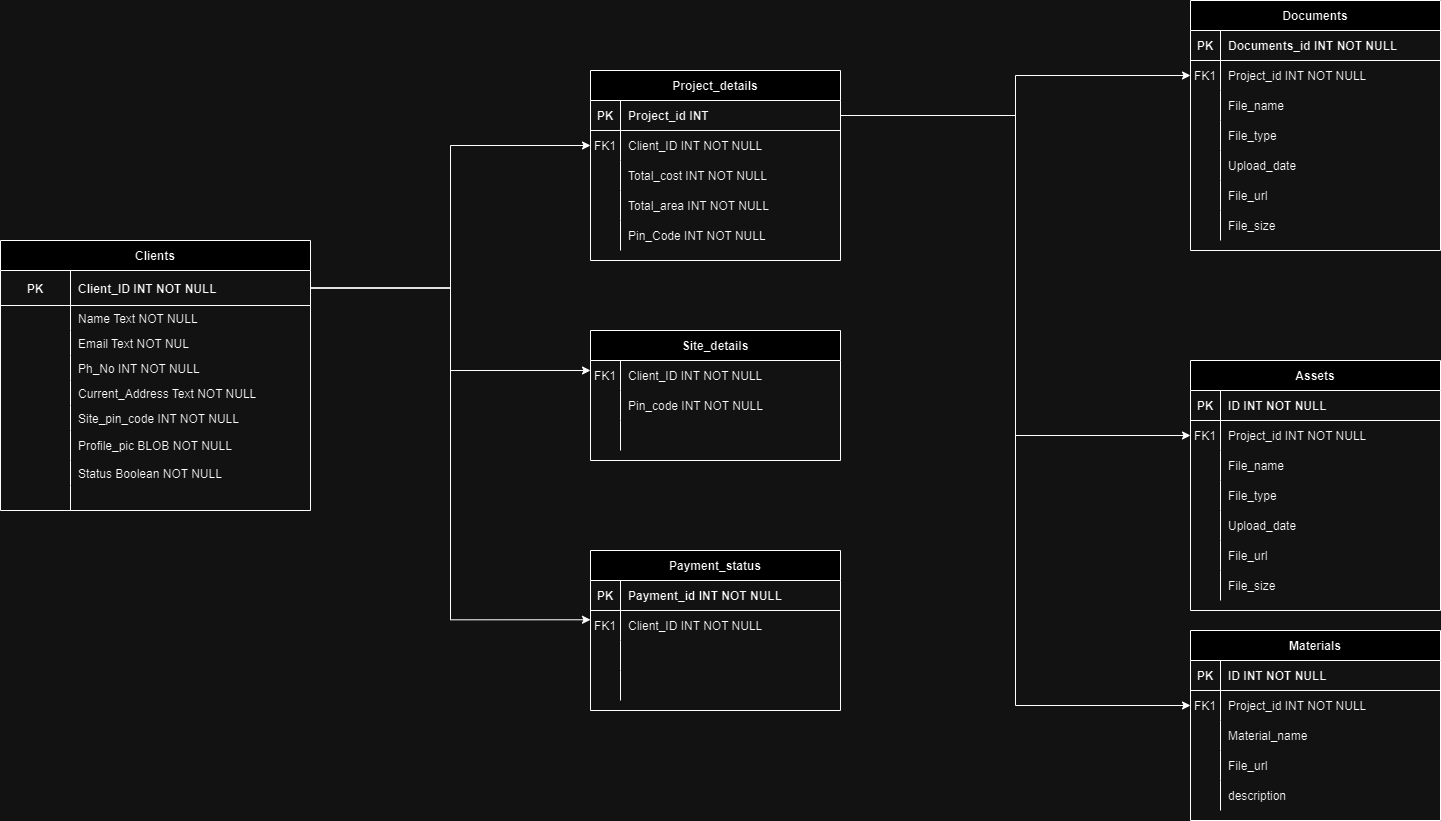
Before: Clients_Table.drawio.png, a diagram exported from draw.io (tejudharanesh/database_design). Source tidied: cells renumbered, new cells last; positions are measured from the earlier drawing's top-left corner, leaving out a move shared by most shapes.
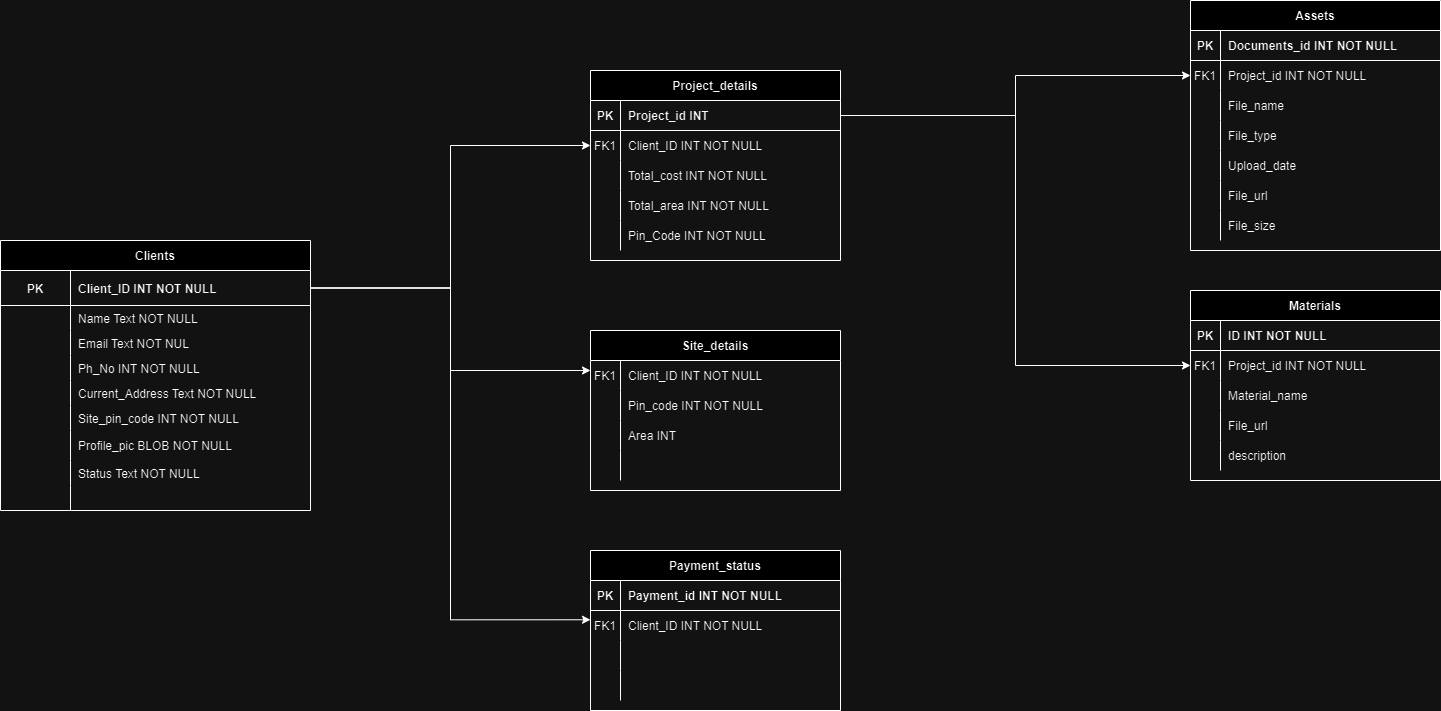
After the commit.

Diff of the diagram source:
```diff
@@ -51,7 +51,7 @@
       <mxGeometry x="30" width="220" height="30" as="geometry" />
     </mxCell>
     <mxCell id="18" value="Site_details" style="shape=table;startSize=30;rowLines=0;fontStyle=1;align=center;" parent="1" vertex="1">
-      <mxGeometry x="590" y="330" width="250" height="130" as="geometry" />
+      <mxGeometry x="590" y="330" width="250" height="160" as="geometry" />
     </mxCell>
     <mxCell id="19" style="shape=partialRectangle;fillColor=none;points=[[0,0.5],[1,0.5]];portConstraint=eastwest;top=0;left=0;right=0;bottom=0;" parent="18" vertex="1">
       <mxGeometry y="30" width="250" height="30" as="geometry" />
@@ -77,9 +77,18 @@
     <mxCell id="26" style="shape=partialRectangle;overflow=hidden;fillColor=none;top=0;left=0;bottom=0;right=0;" parent="25" vertex="1">
       <mxGeometry width="30" height="30" as="geometry" />
     </mxCell>
-    <mxCell id="27" style="shape=partialRectangle;overflow=hidden;fillColor=none;top=0;left=0;bottom=0;right=0;align=left;spacingLeft=6;" parent="25" vertex="1">
+    <mxCell id="27" value="Area INT" style="shape=partialRectangle;overflow=hidden;fillColor=none;top=0;left=0;bottom=0;right=0;align=left;spacingLeft=6;" parent="25" vertex="1">
       <mxGeometry x="30" width="220" height="30" as="geometry" />
     </mxCell>
+    <mxCell id="120" style="shape=partialRectangle;fillColor=none;top=0;left=0;right=0;bottom=0;" parent="18" vertex="1">
+      <mxGeometry y="120" width="250" height="30" as="geometry" />
+    </mxCell>
+    <mxCell id="135" style="shape=partialRectangle;overflow=hidden;fillColor=none;top=0;left=0;bottom=0;right=0;" parent="120" vertex="1">
+      <mxGeometry width="30" height="30" as="geometry" />
+    </mxCell>
+    <mxCell id="136" style="shape=partialRectangle;overflow=hidden;fillColor=none;top=0;left=0;bottom=0;right=0;align=left;spacingLeft=6;" parent="120" vertex="1">
+      <mxGeometry x="30" width="220" height="30" as="geometry" />
+    </mxCell>
     <mxCell id="28" value="Clients" style="shape=table;startSize=30;rowLines=0;fontStyle=1;align=center;columnLines=1;" parent="1" vertex="1">
       <mxGeometry y="240" width="310" height="270" as="geometry" />
     </mxCell>
@@ -152,7 +161,7 @@
     <mxCell id="51" style="shape=partialRectangle;overflow=hidden;fillColor=none;top=0;left=0;bottom=0;right=0;" parent="50" vertex="1">
       <mxGeometry width="70" height="25" as="geometry" />
     </mxCell>
-    <mxCell id="52" value="Status Boolean NOT NULL" style="shape=partialRectangle;overflow=hidden;fillColor=none;top=0;left=0;bottom=0;right=0;align=left;spacingLeft=6;" parent="50" vertex="1">
+    <mxCell id="52" value="Status Text NOT NULL" style="shape=partialRectangle;overflow=hidden;fillColor=none;top=0;left=0;bottom=0;right=0;align=left;spacingLeft=6;" parent="50" vertex="1">
       <mxGeometry x="70" width="240" height="25" as="geometry" />
     </mxCell>
     <mxCell id="53" style="shape=partialRectangle;fillColor=none;top=0;left=0;right=0;bottom=0;" parent="28" vertex="1">
@@ -164,7 +173,7 @@
     <mxCell id="55" style="shape=partialRectangle;overflow=hidden;fillColor=none;top=0;left=0;bottom=0;right=0;align=left;spacingLeft=6;" parent="53" vertex="1">
       <mxGeometry x="70" width="240" height="25" as="geometry" />
     </mxCell>
-    <mxCell id="56" value="Documents" style="shape=table;startSize=30;rowLines=0;fontStyle=1;align=center;" parent="1" vertex="1">
+    <mxCell id="56" value="Assets" style="shape=table;startSize=30;rowLines=0;fontStyle=1;align=center;" parent="1" vertex="1">
       <mxGeometry x="1190" width="250" height="250" as="geometry" />
     </mxCell>
     <mxCell id="57" style="shape=partialRectangle;fillColor=none;top=0;left=0;right=0;bottom=1;" parent="56" vertex="1">
@@ -231,7 +240,7 @@
       <mxGeometry x="30" width="220" height="30" as="geometry" />
     </mxCell>
     <mxCell id="78" value="Materials" style="shape=table;startSize=30;rowLines=0;fontStyle=1;align=center;" parent="1" vertex="1">
-      <mxGeometry x="1190" y="630" width="250" height="190" as="geometry" />
+      <mxGeometry x="1190" y="290" width="250" height="190" as="geometry" />
     </mxCell>
     <mxCell id="79" style="shape=partialRectangle;fillColor=none;top=0;left=0;right=0;bottom=1;" parent="78" vertex="1">
       <mxGeometry y="30" width="250" height="30" as="geometry" />
@@ -326,78 +335,9 @@
     <mxCell id="109" style="edgeStyle=orthogonalEdgeStyle;rounded=0;jettySize=auto;html=1;exitX=1;exitY=0.5;exitDx=0;exitDy=0;entryX=0;entryY=0.309;entryDx=0;entryDy=0;entryPerimeter=0;" parent="1" edge="1" source="29" target="98">
       <mxGeometry relative="1" as="geometry" />
     </mxCell>
-    <mxCell id="110" value="Assets" style="shape=table;startSize=30;rowLines=0;fontStyle=1;align=center;" parent="1" vertex="1">
-      <mxGeometry x="1190" y="360" width="250" height="250" as="geometry" />
-    </mxCell>
-    <mxCell id="111" style="shape=partialRectangle;fillColor=none;top=0;left=0;right=0;bottom=1;" parent="110" vertex="1">
-      <mxGeometry y="30" width="250" height="30" as="geometry" />
-    </mxCell>
-    <mxCell id="112" value="PK" style="shape=partialRectangle;overflow=hidden;fillColor=none;top=0;left=0;bottom=0;right=0;fontStyle=1;" parent="111" vertex="1">
-      <mxGeometry width="30" height="30" as="geometry" />
-    </mxCell>
-    <mxCell id="113" value="ID INT NOT NULL" style="shape=partialRectangle;overflow=hidden;fillColor=none;top=0;left=0;bottom=0;right=0;align=left;spacingLeft=6;fontStyle=1;" parent="111" vertex="1">
-      <mxGeometry x="30" width="220" height="30" as="geometry" />
-    </mxCell>
-    <mxCell id="114" style="shape=partialRectangle;fillColor=none;points=[[0,0.5],[1,0.5]];portConstraint=eastwest;top=0;left=0;right=0;bottom=0;" parent="110" vertex="1">
-      <mxGeometry y="60" width="250" height="30" as="geometry" />
-    </mxCell>
-    <mxCell id="115" value="FK1" style="shape=partialRectangle;overflow=hidden;fillColor=none;top=0;left=0;bottom=0;right=0;" parent="114" vertex="1">
-      <mxGeometry width="30" height="30" as="geometry" />
-    </mxCell>
-    <mxCell id="116" value="Project_id INT NOT NULL" style="shape=partialRectangle;overflow=hidden;fillColor=none;top=0;left=0;bottom=0;right=0;align=left;spacingLeft=6;" parent="114" vertex="1">
-      <mxGeometry x="30" width="220" height="30" as="geometry" />
-    </mxCell>
-    <mxCell id="117" style="shape=partialRectangle;fillColor=none;top=0;left=0;right=0;bottom=0;" parent="110" vertex="1">
-      <mxGeometry y="90" width="250" height="30" as="geometry" />
-    </mxCell>
-    <mxCell id="118" style="shape=partialRectangle;overflow=hidden;fillColor=none;top=0;left=0;bottom=0;right=0;" parent="117" vertex="1">
-      <mxGeometry width="30" height="30" as="geometry" />
-    </mxCell>
-    <mxCell id="119" value="File_name" style="shape=partialRectangle;overflow=hidden;fillColor=none;top=0;left=0;bottom=0;right=0;align=left;spacingLeft=6;" parent="117" vertex="1">
-      <mxGeometry x="30" width="220" height="30" as="geometry" />
-    </mxCell>
-    <mxCell id="120" style="shape=partialRectangle;fillColor=none;top=0;left=0;right=0;bottom=0;" parent="110" vertex="1">
-      <mxGeometry y="120" width="250" height="30" as="geometry" />
-    </mxCell>
-    <mxCell id="121" style="shape=partialRectangle;overflow=hidden;fillColor=none;top=0;left=0;bottom=0;right=0;" parent="120" vertex="1">
-      <mxGeometry width="30" height="30" as="geometry" />
-    </mxCell>
-    <mxCell id="122" value="File_type" style="shape=partialRectangle;overflow=hidden;fillColor=none;top=0;left=0;bottom=0;right=0;align=left;spacingLeft=6;" parent="120" vertex="1">
-      <mxGeometry x="30" width="220" height="30" as="geometry" />
-    </mxCell>
-    <mxCell id="123" style="shape=partialRectangle;fillColor=none;top=0;left=0;right=0;bottom=0;" parent="110" vertex="1">
-      <mxGeometry y="150" width="250" height="30" as="geometry" />
-    </mxCell>
-    <mxCell id="124" style="shape=partialRectangle;overflow=hidden;fillColor=none;top=0;left=0;bottom=0;right=0;" parent="123" vertex="1">
-      <mxGeometry width="30" height="30" as="geometry" />
-    </mxCell>
-    <mxCell id="125" value="Upload_date" style="shape=partialRectangle;overflow=hidden;fillColor=none;top=0;left=0;bottom=0;right=0;align=left;spacingLeft=6;" parent="123" vertex="1">
-      <mxGeometry x="30" width="220" height="30" as="geometry" />
-    </mxCell>
-    <mxCell id="126" style="shape=partialRectangle;fillColor=none;top=0;left=0;right=0;bottom=0;" parent="110" vertex="1">
-      <mxGeometry y="180" width="250" height="30" as="geometry" />
-    </mxCell>
-    <mxCell id="127" style="shape=partialRectangle;overflow=hidden;fillColor=none;top=0;left=0;bottom=0;right=0;" parent="126" vertex="1">
-      <mxGeometry width="30" height="30" as="geometry" />
-    </mxCell>
-    <mxCell id="128" value="File_url" style="shape=partialRectangle;overflow=hidden;fillColor=none;top=0;left=0;bottom=0;right=0;align=left;spacingLeft=6;" parent="126" vertex="1">
-      <mxGeometry x="30" width="220" height="30" as="geometry" />
-    </mxCell>
-    <mxCell id="129" style="shape=partialRectangle;fillColor=none;top=0;left=0;right=0;bottom=0;" parent="110" vertex="1">
-      <mxGeometry y="210" width="250" height="30" as="geometry" />
-    </mxCell>
-    <mxCell id="130" style="shape=partialRectangle;overflow=hidden;fillColor=none;top=0;left=0;bottom=0;right=0;" parent="129" vertex="1">
-      <mxGeometry width="30" height="30" as="geometry" />
-    </mxCell>
-    <mxCell id="131" value="File_size" style="shape=partialRectangle;overflow=hidden;fillColor=none;top=0;left=0;bottom=0;right=0;align=left;spacingLeft=6;" parent="129" vertex="1">
-      <mxGeometry x="30" width="220" height="30" as="geometry" />
-    </mxCell>
     <mxCell id="132" style="edgeStyle=orthogonalEdgeStyle;rounded=0;jettySize=auto;html=1;exitX=1;exitY=0.5;exitDx=0;exitDy=0;entryX=0;entryY=0.5;entryDx=0;entryDy=0;" parent="1" edge="1" source="3" target="60">
       <mxGeometry relative="1" as="geometry" />
     </mxCell>
-    <mxCell id="133" style="edgeStyle=orthogonalEdgeStyle;rounded=0;jettySize=auto;html=1;exitX=1;exitY=0.5;exitDx=0;exitDy=0;entryX=0;entryY=0.5;entryDx=0;entryDy=0;" parent="1" edge="1" source="3" target="114">
-      <mxGeometry relative="1" as="geometry" />
-    </mxCell>
     <mxCell id="134" style="edgeStyle=orthogonalEdgeStyle;rounded=0;jettySize=auto;html=1;exitX=1;exitY=0.5;exitDx=0;exitDy=0;entryX=0;entryY=0.5;entryDx=0;entryDy=0;" parent="1" edge="1" source="3" target="82">
       <mxGeometry relative="1" as="geometry" />
     </mxCell>
```
